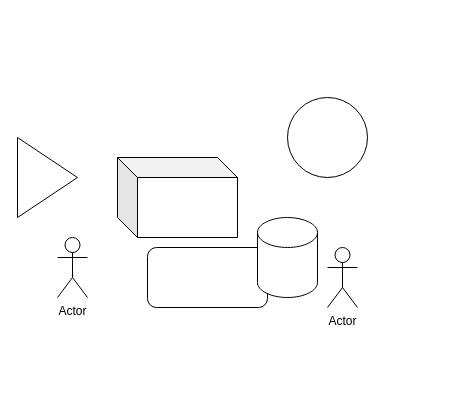
suyu-hash/github_actions_test keeps this draw.io diagram as drawio-assets/test.drawio. Above is the earlier version. Source tidied: cells renumbered, new cells numbered last; positions are measured from the earlier drawing's top-left corner, leaving out a move shared by most shapes. Both pictures are drawn from the tidied source at 100%, with x=0, y=0 at pixel (17, 97).
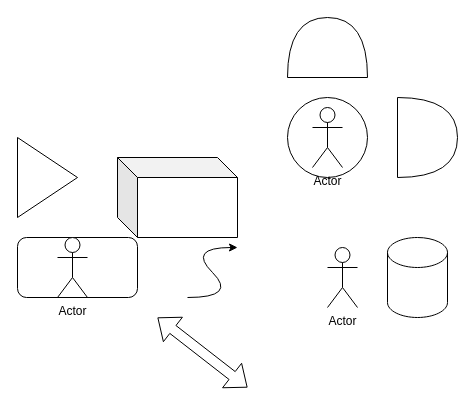
The same diagram, later.

Change to the diagram source:
```diff
@@
 <mxGraphModel>
   <root>
     <mxCell id="0" />
     <mxCell id="1" parent="0" />
     <mxCell id="2" style="rounded=1;whiteSpace=wrap;html=1;" parent="1" vertex="1">
-      <mxGeometry x="130" y="150" width="120" height="60" as="geometry" />
+      <mxGeometry y="140" width="120" height="60" as="geometry" />
     </mxCell>
     <mxCell id="3" style="triangle;whiteSpace=wrap;html=1;" parent="1" vertex="1">
       <mxGeometry y="40" width="60" height="80" as="geometry" />
     </mxCell>
     <mxCell id="4" style="shape=cylinder3;whiteSpace=wrap;html=1;boundedLbl=1;backgroundOutline=1;size=15;" parent="1" vertex="1">
-      <mxGeometry x="240" y="120" width="60" height="80" as="geometry" />
+      <mxGeometry x="370" y="140" width="60" height="80" as="geometry" />
     </mxCell>
     <mxCell id="5" value="Actor" style="shape=umlActor;verticalLabelPosition=bottom;verticalAlign=top;html=1;" parent="1" vertex="1">
       <mxGeometry x="40" y="140" width="30" height="60" as="geometry" />
     </mxCell>
     <mxCell id="6" style="shape=cube;whiteSpace=wrap;html=1;boundedLbl=1;backgroundOutline=1;darkOpacity=0.05;darkOpacity2=0.1;" parent="1" vertex="1">
       <mxGeometry x="100" y="60" width="120" height="80" as="geometry" />
     </mxCell>
     <mxCell id="7" style="ellipse;whiteSpace=wrap;html=1;" parent="1" vertex="1">
       <mxGeometry x="270" width="80" height="80" as="geometry" />
     </mxCell>
     <mxCell id="8" value="Actor" style="shape=umlActor;verticalLabelPosition=bottom;verticalAlign=top;html=1;" parent="1" vertex="1">
       <mxGeometry x="310" y="150" width="30" height="60" as="geometry" />
     </mxCell>
+    <mxCell id="9" style="curved=1;endArrow=classic;html=1;rounded=0;" parent="1" edge="1">
+      <mxGeometry relative="1" as="geometry">
+        <mxPoint x="170" y="200" as="sourcePoint" />
+        <mxPoint x="220" y="150" as="targetPoint" />
+        <Array as="points">
+          <mxPoint x="220" y="200" />
+          <mxPoint x="170" y="150" />
+        </Array>
+      </mxGeometry>
+    </mxCell>
+    <mxCell id="10" style="shape=or;whiteSpace=wrap;html=1;rotation=-90;" parent="1" vertex="1">
+      <mxGeometry x="280" y="-90" width="60" height="80" as="geometry" />
+    </mxCell>
+    <mxCell id="11" style="shape=flexArrow;endArrow=classic;startArrow=classic;html=1;rounded=0;" parent="1" edge="1">
+      <mxGeometry relative="1" as="geometry">
+        <mxPoint x="140" y="220" as="sourcePoint" />
+        <mxPoint x="230" y="290" as="targetPoint" />
+      </mxGeometry>
+    </mxCell>
+    <mxCell id="12" style="shape=or;whiteSpace=wrap;html=1;" parent="1" vertex="1">
+      <mxGeometry x="380" width="60" height="80" as="geometry" />
+    </mxCell>
+    <mxCell id="13" value="Actor" style="shape=umlActor;verticalLabelPosition=bottom;verticalAlign=top;html=1;" parent="1" vertex="1">
+      <mxGeometry x="295" y="10" width="30" height="60" as="geometry" />
+    </mxCell>
   </root>
 </mxGraphModel>
```
